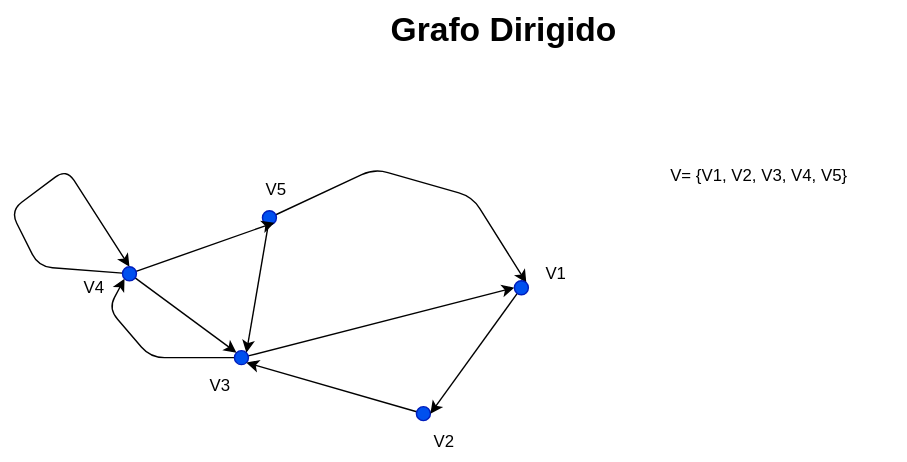
Nordcode-cyber/Algoritmos-Estructdatos keeps this draw.io diagram as Estructura-de-datos/Grafos/Grafo-dir.drawio.svg. Above is the earlier version. Source tidied: cells renumbered, new cells last; positions are measured from the earlier drawing's top-left corner, leaving out a move shared by most shapes.
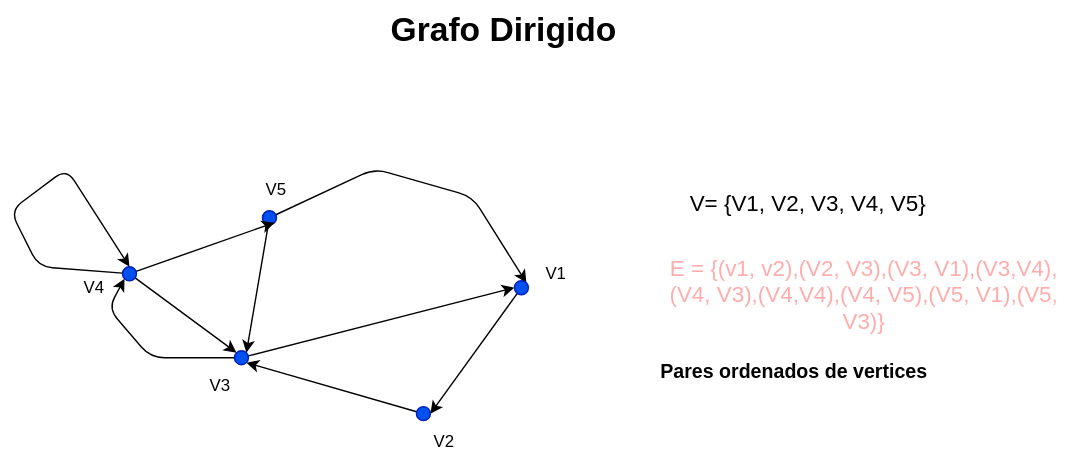
The same file after the commit.

Diff of the diagram source:
```diff
@@ -79,8 +79,14 @@
     <mxCell id="21" value="&lt;font style=&quot;color: light-dark(rgb(0, 0, 0), rgb(0, 153, 0));&quot;&gt;V5&lt;/font&gt;" style="text;html=1;align=center;verticalAlign=middle;whiteSpace=wrap;rounded=0;" parent="1" vertex="1">
       <mxGeometry x="160" y="120" width="60" height="30" as="geometry" />
     </mxCell>
-    <mxCell id="22" value="&lt;font style=&quot;color: light-dark(rgb(0, 0, 0), rgb(178, 0, 0));&quot;&gt;V= {V1, V2, V3, V4, V5}&lt;/font&gt;" style="text;html=1;align=center;verticalAlign=middle;whiteSpace=wrap;rounded=0;" parent="1" vertex="1">
-      <mxGeometry x="460" y="110" width="150" height="30" as="geometry" />
+    <mxCell id="22" value="&lt;font style=&quot;color: light-dark(rgb(0, 0, 0), rgb(178, 0, 0)); font-size: 16px;&quot;&gt;V= {V1, V2, V3, V4, V5}&lt;/font&gt;" style="text;html=1;align=center;verticalAlign=middle;whiteSpace=wrap;rounded=0;" parent="1" vertex="1">
+      <mxGeometry x="470" y="130" width="200" height="30" as="geometry" />
     </mxCell>
+    <mxCell id="23" value="&lt;font style=&quot;color: light-dark(rgb(255, 172, 172), rgb(0, 153, 0)); font-size: 16px;&quot;&gt;E = {(v1, v2),(V2, V3),(V3, V1),(V3,V4),(V4, V3),(V4,V4),(V4, V5),(V5, V1),(V5, V3)}&lt;/font&gt;" style="text;html=1;align=center;verticalAlign=middle;whiteSpace=wrap;rounded=0;" parent="1" vertex="1">
+      <mxGeometry x="460" y="170" width="300" height="80" as="geometry" />
+    </mxCell>
+    <mxCell id="24" value="&lt;font style=&quot;color: light-dark(rgb(0, 0, 0), rgb(250, 253, 255)); font-size: 14px;&quot;&gt;&lt;b&gt;Pares ordenados de vertices&lt;/b&gt;&lt;/font&gt;" style="text;html=1;align=center;verticalAlign=middle;whiteSpace=wrap;rounded=0;" parent="1" vertex="1">
+      <mxGeometry x="460" y="250" width="200" height="30" as="geometry" />
+    </mxCell>
   </root>
 </mxGraphModel>
```
